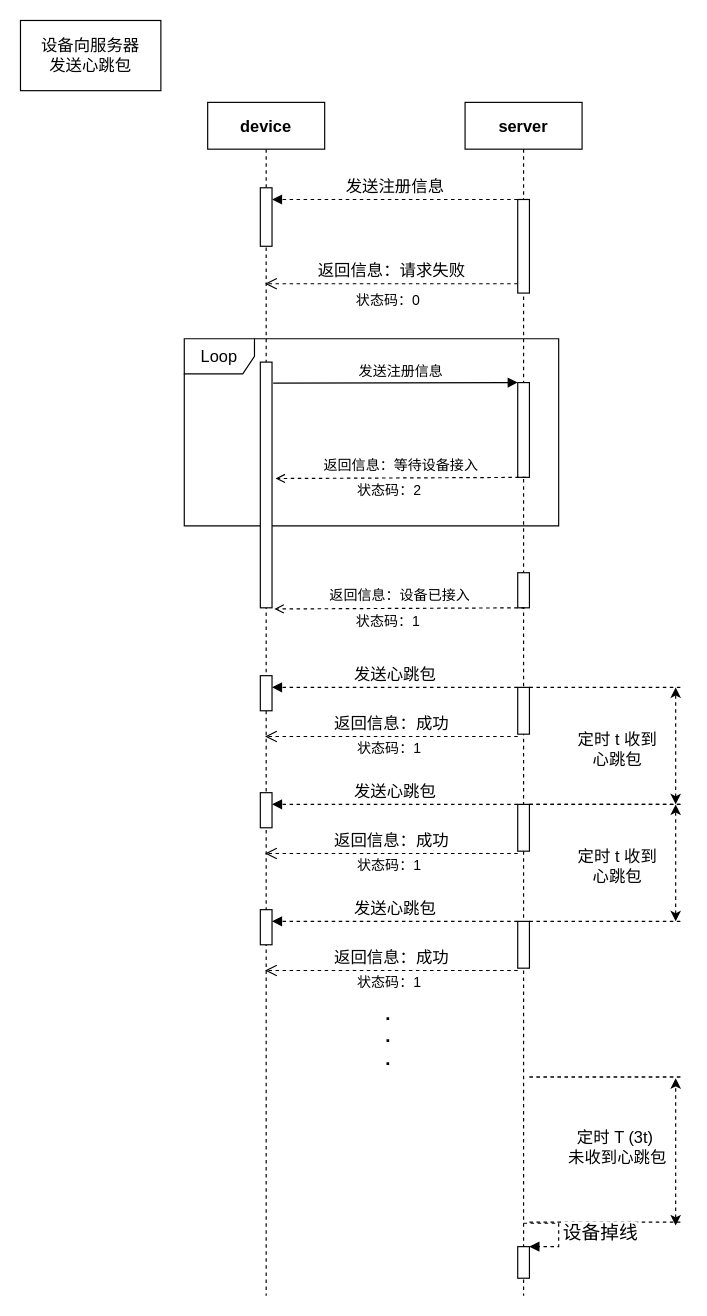
Earlier version of the draw.io diagram HeartBeat.drawio (Ltuzhi/diagrams). Source tidied: cells renumbered, new cells numbered last; positions are measured from the earlier drawing's top-left corner, leaving out a move shared by most shapes. Both pictures are drawn from the tidied source at 117%, with x=0, y=0 at pixel (20, 20).
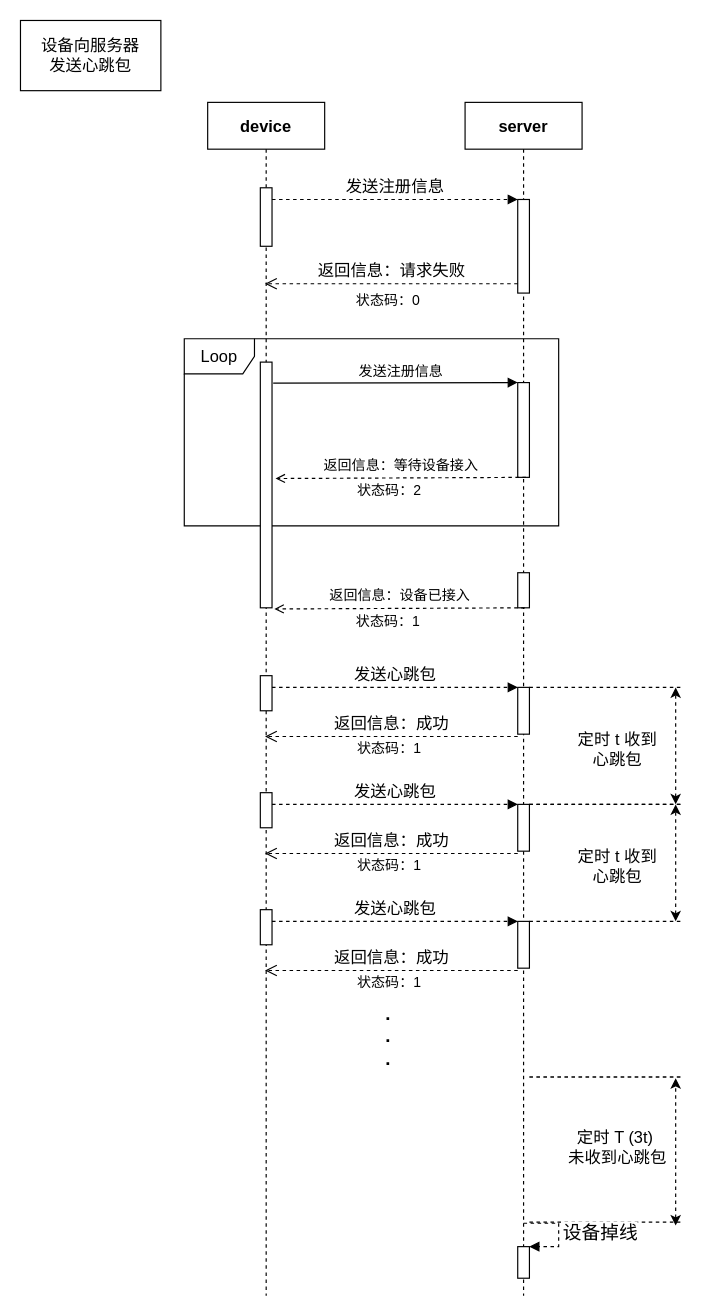
The same page after the edit.

The change refers to these unchanged cells:
```xml
<mxCell id="17" style="html=1;points=[];perimeter=orthogonalPerimeter;fontSize=14;" parent="1" vertex="1">
  <mxGeometry x="205" y="143" width="10" height="50" as="geometry" />
</mxCell>
<mxCell id="18" style="html=1;points=[];perimeter=orthogonalPerimeter;fontSize=14;" parent="1" vertex="1">
  <mxGeometry x="425" y="153" width="10" height="80" as="geometry" />
</mxCell>
<mxCell id="21" style="html=1;points=[];perimeter=orthogonalPerimeter;fontSize=14;" parent="1" vertex="1">
  <mxGeometry x="205" y="560" width="10" height="30" as="geometry" />
</mxCell>
<mxCell id="22" style="html=1;points=[];perimeter=orthogonalPerimeter;fontSize=14;" parent="1" vertex="1">
  <mxGeometry x="425" y="570" width="10" height="40" as="geometry" />
</mxCell>
<mxCell id="26" style="html=1;points=[];perimeter=orthogonalPerimeter;fontSize=14;" parent="1" vertex="1">
  <mxGeometry x="205" y="660" width="10" height="30" as="geometry" />
</mxCell>
<mxCell id="27" style="html=1;points=[];perimeter=orthogonalPerimeter;fontSize=14;" parent="1" vertex="1">
  <mxGeometry x="425" y="670" width="10" height="40" as="geometry" />
</mxCell>
<mxCell id="35" style="html=1;points=[];perimeter=orthogonalPerimeter;fontSize=14;" parent="1" vertex="1">
  <mxGeometry x="205" y="760" width="10" height="30" as="geometry" />
</mxCell>
<mxCell id="36" style="html=1;points=[];perimeter=orthogonalPerimeter;fontSize=14;" parent="1" vertex="1">
  <mxGeometry x="425" y="770" width="10" height="40" as="geometry" />
</mxCell>
```

What changed in the source:
```diff
@@
-    <mxCell id="19" value="发送注册信息" style="html=1;verticalAlign=bottom;endArrow=block;dashed=1;fontSize=14;exitX=0;exitY=0;exitDx=0;exitDy=0;" parent="1" edge="1" source="18" target="17">
+    <mxCell id="19" value="发送注册信息" style="html=1;verticalAlign=bottom;endArrow=block;dashed=1;fontSize=14;entryX=0;entryY=0;entryDx=0;entryDy=0;" parent="1" edge="1" source="17" target="18">
       <mxGeometry relative="1" as="geometry" />
     </mxCell>
@@
-    <mxCell id="23" value="发送心跳包" style="html=1;verticalAlign=bottom;endArrow=block;dashed=1;fontSize=14;exitX=0;exitY=0;exitDx=0;exitDy=0;" parent="1" edge="1" source="22" target="21">
+    <mxCell id="23" value="发送心跳包" style="html=1;verticalAlign=bottom;endArrow=block;dashed=1;fontSize=14;entryX=0;entryY=0;entryDx=0;entryDy=0;" parent="1" edge="1" source="21" target="22">
       <mxGeometry relative="1" as="geometry" />
     </mxCell>
@@
-    <mxCell id="28" value="发送心跳包" style="html=1;verticalAlign=bottom;endArrow=block;dashed=1;fontSize=14;exitX=0;exitY=0;exitDx=0;exitDy=0;" parent="1" edge="1" source="27" target="26">
+    <mxCell id="28" value="发送心跳包" style="html=1;verticalAlign=bottom;endArrow=block;dashed=1;fontSize=14;entryX=0;entryY=0;entryDx=0;entryDy=0;" parent="1" edge="1" source="26" target="27">
       <mxGeometry relative="1" as="geometry" />
     </mxCell>
@@
-    <mxCell id="37" value="发送心跳包" style="html=1;verticalAlign=bottom;endArrow=block;dashed=1;fontSize=14;exitX=0;exitY=0;exitDx=0;exitDy=0;" parent="1" edge="1" source="36" target="35">
+    <mxCell id="37" value="发送心跳包" style="html=1;verticalAlign=bottom;endArrow=block;dashed=1;fontSize=14;entryX=0;entryY=0;entryDx=0;entryDy=0;" parent="1" edge="1" source="35" target="36">
       <mxGeometry relative="1" as="geometry" />
     </mxCell>
```
